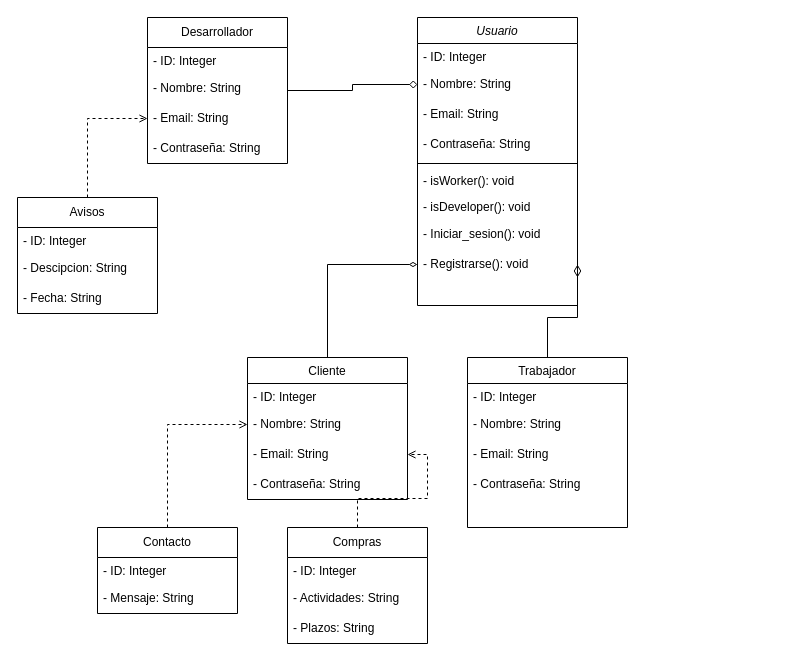
Before: varios/Clases.drawio in HuBaMarin/projDespliegue, a draw.io diagram. Source tidied: cells renumbered, new cells numbered last; positions are measured from the earlier drawing's top-left corner, leaving out a move shared by most shapes. Both pictures are drawn from the tidied source at 100%, with x=0, y=0 at pixel (17, 17).
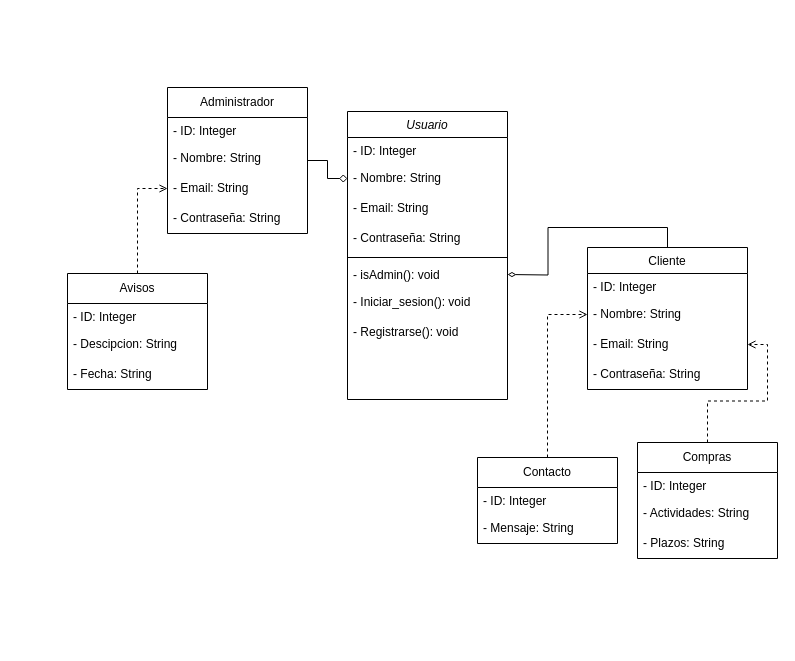
After the change.

What changed in the source:
```diff
@@
     <mxCell id="2" value="Usuario" style="swimlane;fontStyle=2;align=center;verticalAlign=top;horizontal=1;startSize=26;rounded=0;shadow=0;strokeWidth=1;" parent="1" vertex="1">
-      <mxGeometry x="400" width="160" height="288" as="geometry" />
+      <mxGeometry x="330" y="94" width="160" height="288" as="geometry" />
     </mxCell>
@@
-    <mxCell id="8" value="- isWorker(): void" style="text;align=left;verticalAlign=top;spacingLeft=4;spacingRight=4;overflow=hidden;" parent="2" vertex="1">
-      <mxGeometry y="150" width="160" height="26" as="geometry" />
-    </mxCell>
-    <mxCell id="9" value="- isDeveloper(): void" style="text;align=left;verticalAlign=top;spacingLeft=4;spacingRight=4;overflow=hidden;" parent="2" vertex="1">
-      <mxGeometry y="176" width="160" height="26" as="geometry" />
+    <mxCell id="9" value="- isAdmin(): void" style="text;align=left;verticalAlign=top;spacingLeft=4;spacingRight=4;overflow=hidden;" parent="2" vertex="1">
+      <mxGeometry y="150" width="160" height="26" as="geometry" />
     </mxCell>
     <mxCell id="10" value="- Iniciar_sesion(): void" style="text;strokeColor=none;fillColor=none;align=left;verticalAlign=middle;spacingLeft=4;spacingRight=4;overflow=hidden;whiteSpace=wrap;html=1;" parent="2" vertex="1">
-      <mxGeometry y="202" width="160" height="30" as="geometry" />
+      <mxGeometry y="176" width="160" height="30" as="geometry" />
     </mxCell>
     <mxCell id="11" value="- Registrarse(): void" style="text;strokeColor=none;fillColor=none;align=left;verticalAlign=middle;spacingLeft=4;spacingRight=4;overflow=hidden;points=[[0,0.5],[1,0.5]];portConstraint=eastwest;whiteSpace=wrap;html=1;" parent="2" vertex="1">
-      <mxGeometry y="232" width="160" height="30" as="geometry" />
+      <mxGeometry y="206" width="160" height="30" as="geometry" />
     </mxCell>
-    <mxCell id="12" style="edgeStyle=orthogonalEdgeStyle;rounded=0;jettySize=auto;html=1;endArrow=diamondThin;endFill=0;exitX=0.5;exitY=0;exitDx=0;exitDy=0;entryX=0;entryY=0.5;entryDx=0;entryDy=0;" parent="1" edge="1" source="13" target="11">
-      <mxGeometry relative="1" as="geometry" />
+    <mxCell id="12" style="edgeStyle=orthogonalEdgeStyle;rounded=0;jettySize=auto;html=1;endArrow=diamondThin;endFill=0;exitX=0.5;exitY=0;exitDx=0;exitDy=0;entryX=1;entryY=0.5;entryDx=0;entryDy=0;" parent="1" edge="1" source="13">
+      <mxGeometry relative="1" as="geometry">
+        <mxPoint x="490" y="257" as="targetPoint" />
+      </mxGeometry>
     </mxCell>
     <mxCell id="13" value="Cliente" style="swimlane;fontStyle=0;align=center;verticalAlign=top;horizontal=1;startSize=26;rounded=0;shadow=0;strokeWidth=1;" parent="1" vertex="1">
-      <mxGeometry x="230" y="340" width="160" height="142" as="geometry" />
+      <mxGeometry x="570" y="230" width="160" height="142" as="geometry" />
     </mxCell>
@@
-    <mxCell id="18" value="Trabajador" style="swimlane;fontStyle=0;align=center;verticalAlign=top;horizontal=1;startSize=26;rounded=0;shadow=0;strokeWidth=1;" parent="1" vertex="1">
-      <mxGeometry x="450" y="340" width="160" height="170" as="geometry" />
-    </mxCell>
-    <mxCell id="19" value="- ID: Integer" style="text;align=left;verticalAlign=top;spacingLeft=4;spacingRight=4;overflow=hidden;" parent="18" vertex="1">
-      <mxGeometry y="26" width="160" height="26" as="geometry" />
-    </mxCell>
-    <mxCell id="20" value="- Nombre: String" style="text;strokeColor=none;fillColor=none;align=left;verticalAlign=middle;spacingLeft=4;spacingRight=4;overflow=hidden;whiteSpace=wrap;html=1;" parent="18" vertex="1">
-      <mxGeometry y="52" width="160" height="30" as="geometry" />
-    </mxCell>
-    <mxCell id="21" value="- Email: String" style="text;strokeColor=none;fillColor=none;align=left;verticalAlign=middle;spacingLeft=4;spacingRight=4;overflow=hidden;whiteSpace=wrap;html=1;" parent="18" vertex="1">
-      <mxGeometry y="82" width="160" height="30" as="geometry" />
-    </mxCell>
-    <mxCell id="22" value="- Contraseña: String" style="text;strokeColor=none;fillColor=none;align=left;verticalAlign=middle;spacingLeft=4;spacingRight=4;overflow=hidden;whiteSpace=wrap;html=1;" parent="18" vertex="1">
-      <mxGeometry y="112" width="160" height="30" as="geometry" />
-    </mxCell>
-    <mxCell id="23" style="endArrow=diamondThin;endSize=10;endFill=0;shadow=0;strokeWidth=1;rounded=0;curved=0;edgeStyle=elbowEdgeStyle;elbow=vertical;entryX=1;entryY=0.5;entryDx=0;entryDy=0;exitX=0.5;exitY=0;exitDx=0;exitDy=0;" parent="1" edge="1" source="18" target="11">
-      <mxGeometry relative="1" as="geometry">
-        <Array as="points">
-          <mxPoint x="540" y="300" />
-        </Array>
-      </mxGeometry>
-    </mxCell>
@@
     <mxCell id="25" value="Contacto" style="swimlane;fontStyle=0;horizontal=1;startSize=30;whiteSpace=wrap;html=1;" parent="1" vertex="1">
-      <mxGeometry x="80" y="510" width="140" height="86" as="geometry" />
+      <mxGeometry x="460" y="440" width="140" height="86" as="geometry" />
     </mxCell>
@@
     <mxCell id="29" value="Compras" style="swimlane;fontStyle=0;horizontal=1;startSize=30;whiteSpace=wrap;html=1;" parent="1" vertex="1">
-      <mxGeometry x="270" y="510" width="140" height="116" as="geometry" />
+      <mxGeometry x="620" y="425" width="140" height="116" as="geometry" />
     </mxCell>
@@
     <mxCell id="34" value="Avisos" style="swimlane;fontStyle=0;horizontal=1;startSize=30;whiteSpace=wrap;html=1;" parent="1" vertex="1">
-      <mxGeometry y="180" width="140" height="116" as="geometry" />
+      <mxGeometry x="50" y="256" width="140" height="116" as="geometry" />
     </mxCell>
@@
-    <mxCell id="39" value="Desarrollador" style="swimlane;fontStyle=0;horizontal=1;startSize=30;whiteSpace=wrap;html=1;" parent="1" vertex="1">
-      <mxGeometry x="130" width="140" height="146" as="geometry" />
+    <mxCell id="39" value="Administrador" style="swimlane;fontStyle=0;horizontal=1;startSize=30;whiteSpace=wrap;html=1;" parent="1" vertex="1">
+      <mxGeometry x="150" y="70" width="140" height="146" as="geometry" />
     </mxCell>
```
